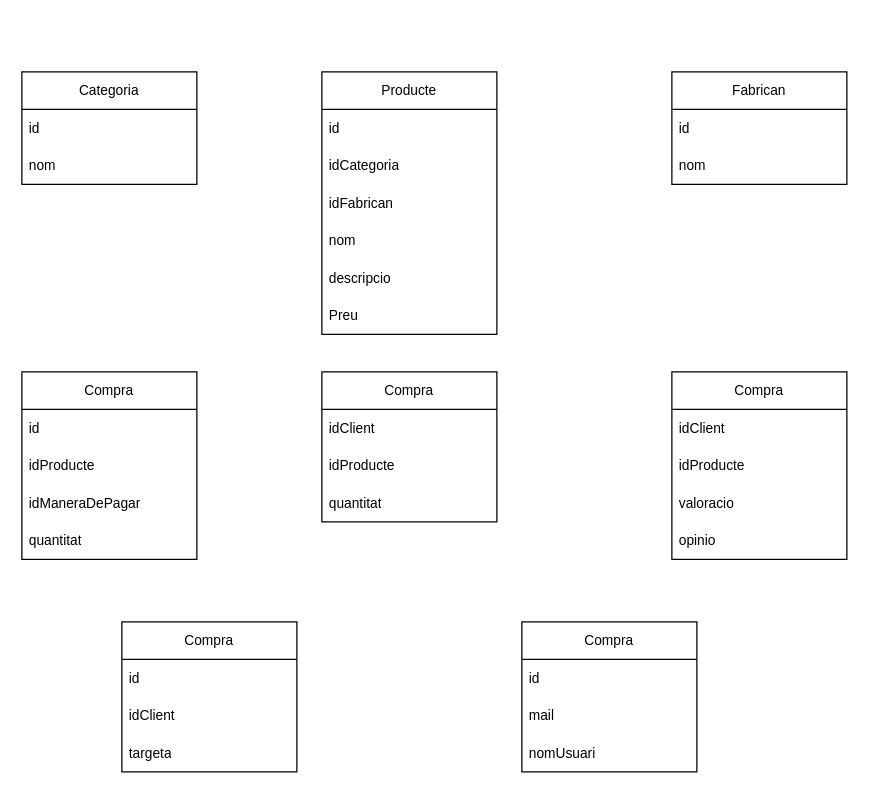
Earlier version of the draw.io diagram docs/OmegaDL2_Conceptual.drawio (ChewicoGIT/EComerce). Source tidied: cells renumbered, new cells numbered last; positions are measured from the earlier drawing's top-left corner, leaving out a move shared by most shapes. Both pictures are drawn from the tidied source at 125%, with x=0, y=0 at pixel (21, 71).
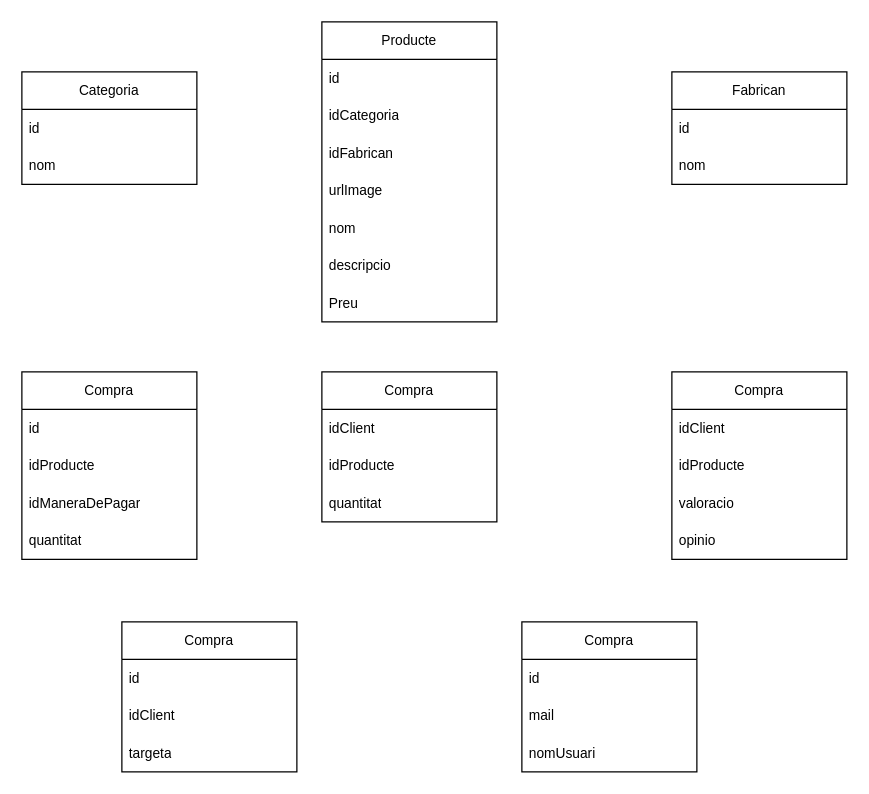
After the change.

The edit, as a diff of the source:
```diff
@@
     <mxCell id="5" value="Producte" style="swimlane;fontStyle=0;horizontal=1;startSize=30;whiteSpace=wrap;html=1;fontFamily=Helvetica;fontSize=11;fontColor=default;" parent="1" vertex="1">
-      <mxGeometry x="240" width="140" height="210" as="geometry" />
+      <mxGeometry x="240" y="-40" width="140" height="240" as="geometry" />
     </mxCell>
@@
+    <mxCell id="37" value="urlImage" style="text;strokeColor=none;fillColor=none;align=left;verticalAlign=middle;spacingLeft=4;spacingRight=4;overflow=hidden;whiteSpace=wrap;html=1;fontSize=11;fontFamily=Helvetica;fontColor=default;" parent="5" vertex="1">
+      <mxGeometry y="120" width="140" height="30" as="geometry" />
+    </mxCell>
     <mxCell id="9" value="nom" style="text;strokeColor=none;fillColor=none;align=left;verticalAlign=middle;spacingLeft=4;spacingRight=4;overflow=hidden;whiteSpace=wrap;html=1;fontSize=11;fontFamily=Helvetica;fontColor=default;" parent="5" vertex="1">
-      <mxGeometry y="120" width="140" height="30" as="geometry" />
+      <mxGeometry y="150" width="140" height="30" as="geometry" />
     </mxCell>
     <mxCell id="10" value="descripcio" style="text;strokeColor=none;fillColor=none;align=left;verticalAlign=middle;spacingLeft=4;spacingRight=4;overflow=hidden;whiteSpace=wrap;html=1;fontSize=11;fontFamily=Helvetica;fontColor=default;" parent="5" vertex="1">
-      <mxGeometry y="150" width="140" height="30" as="geometry" />
+      <mxGeometry y="180" width="140" height="30" as="geometry" />
     </mxCell>
     <mxCell id="11" value="Preu" style="text;strokeColor=none;fillColor=none;align=left;verticalAlign=middle;spacingLeft=4;spacingRight=4;overflow=hidden;whiteSpace=wrap;html=1;fontSize=11;fontFamily=Helvetica;fontColor=default;" parent="5" vertex="1">
-      <mxGeometry y="180" width="140" height="30" as="geometry" />
+      <mxGeometry y="210" width="140" height="30" as="geometry" />
     </mxCell>
```
